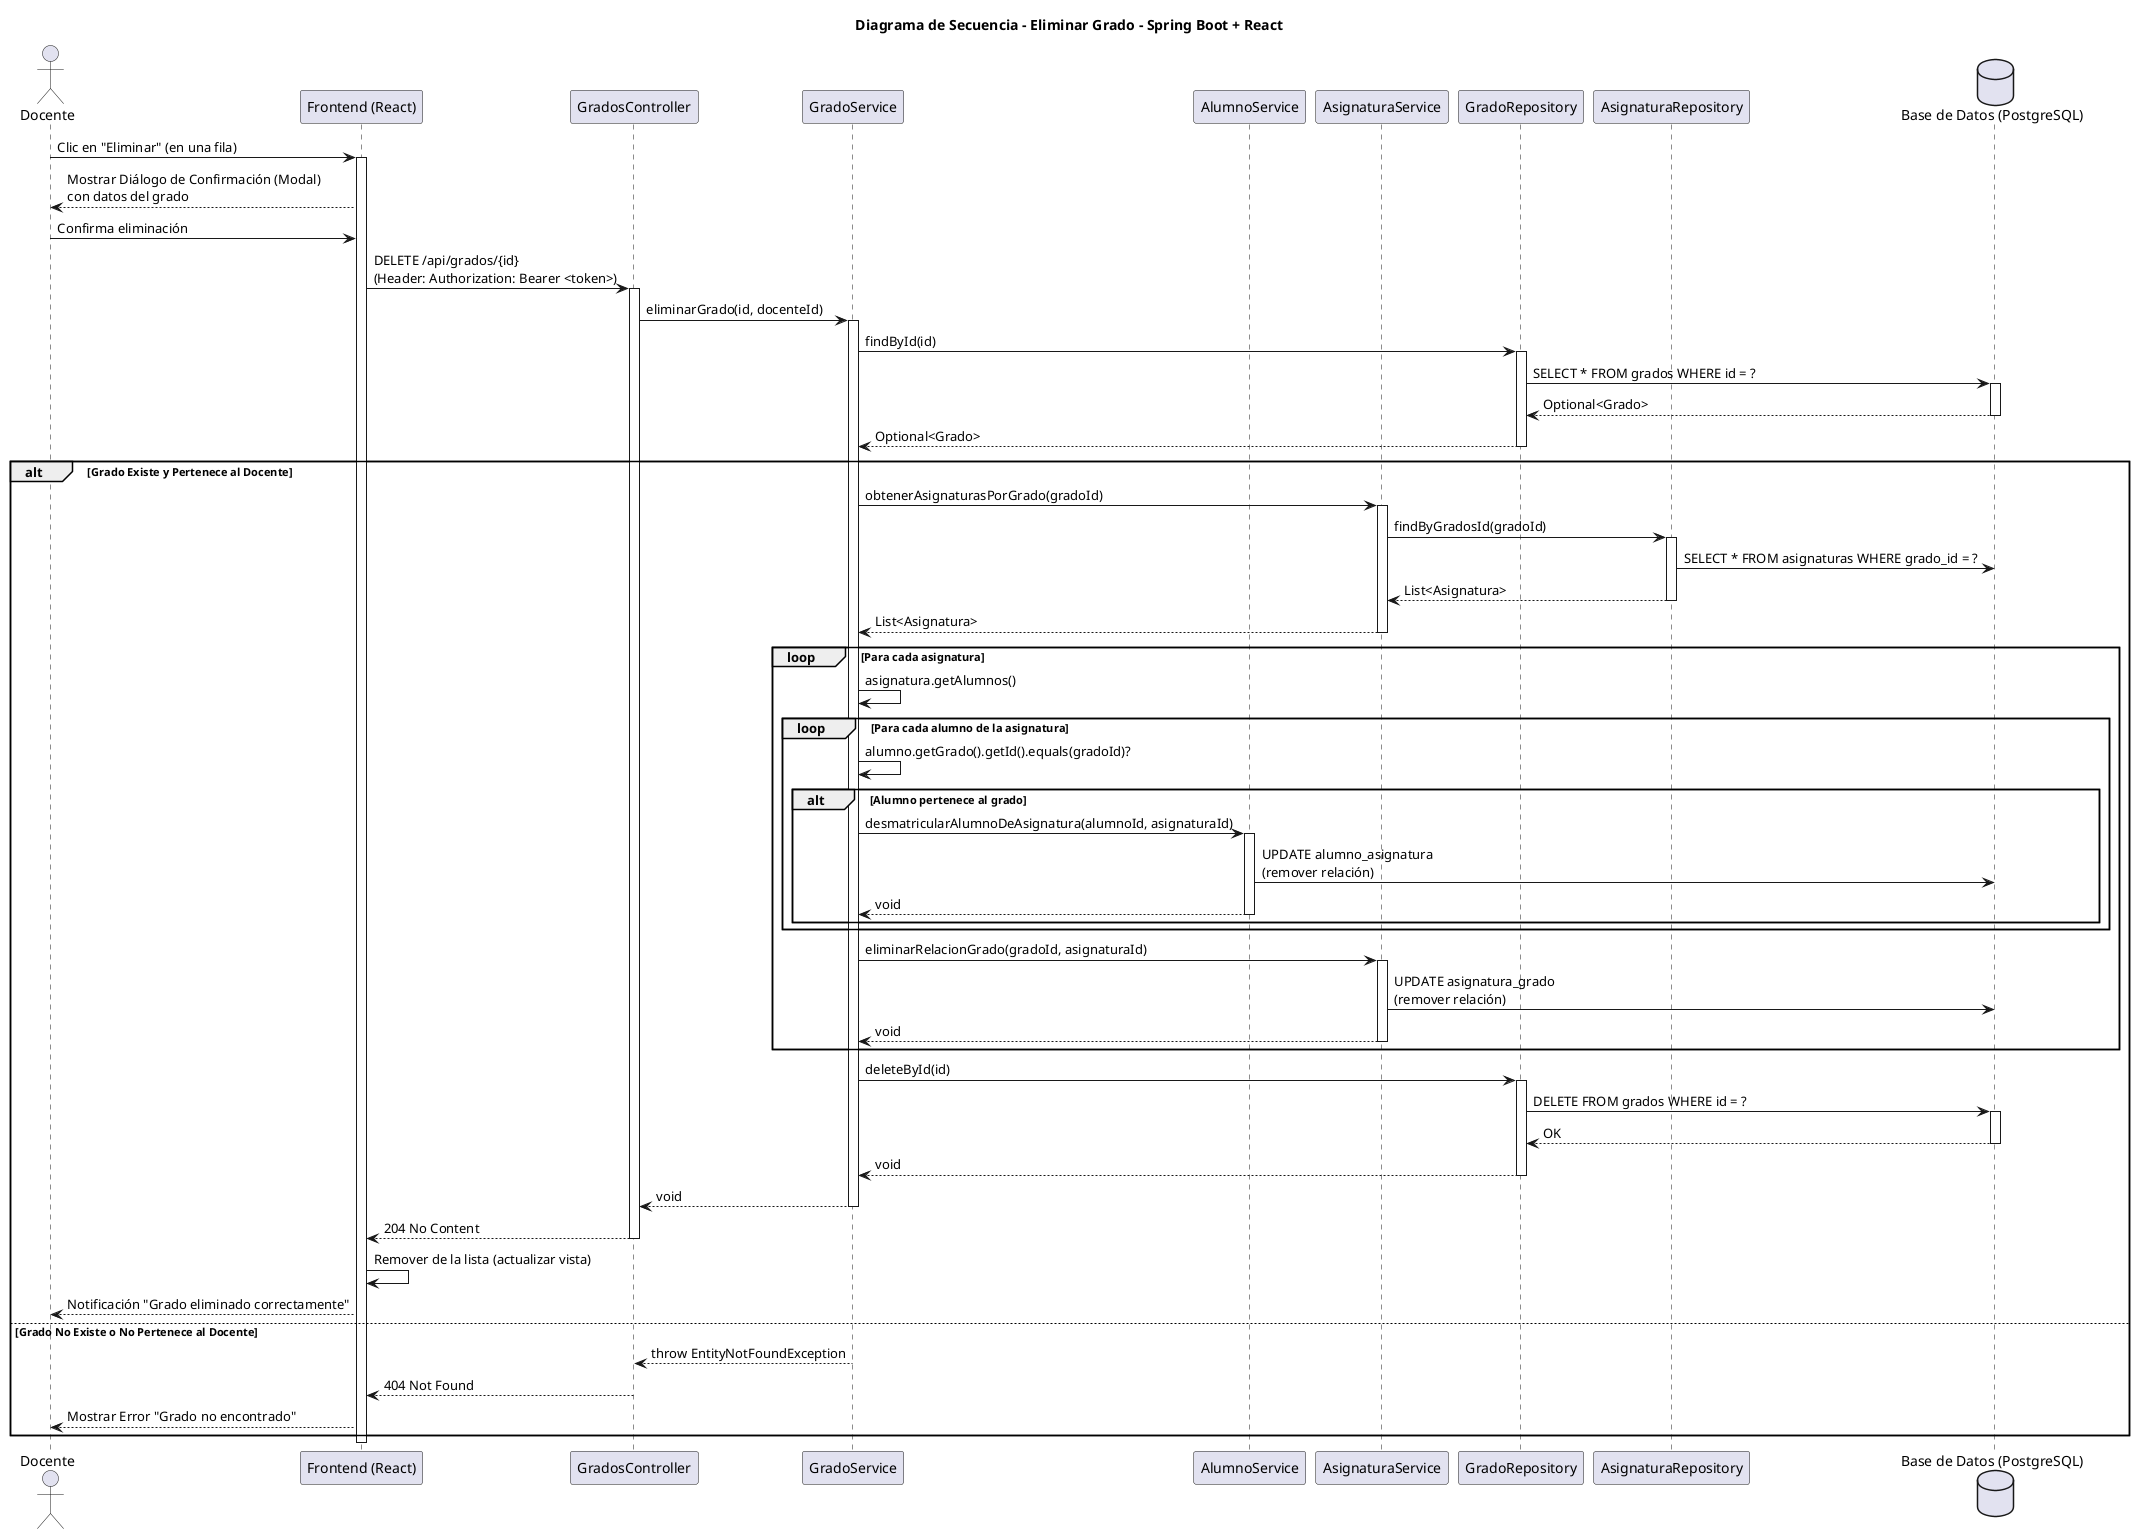
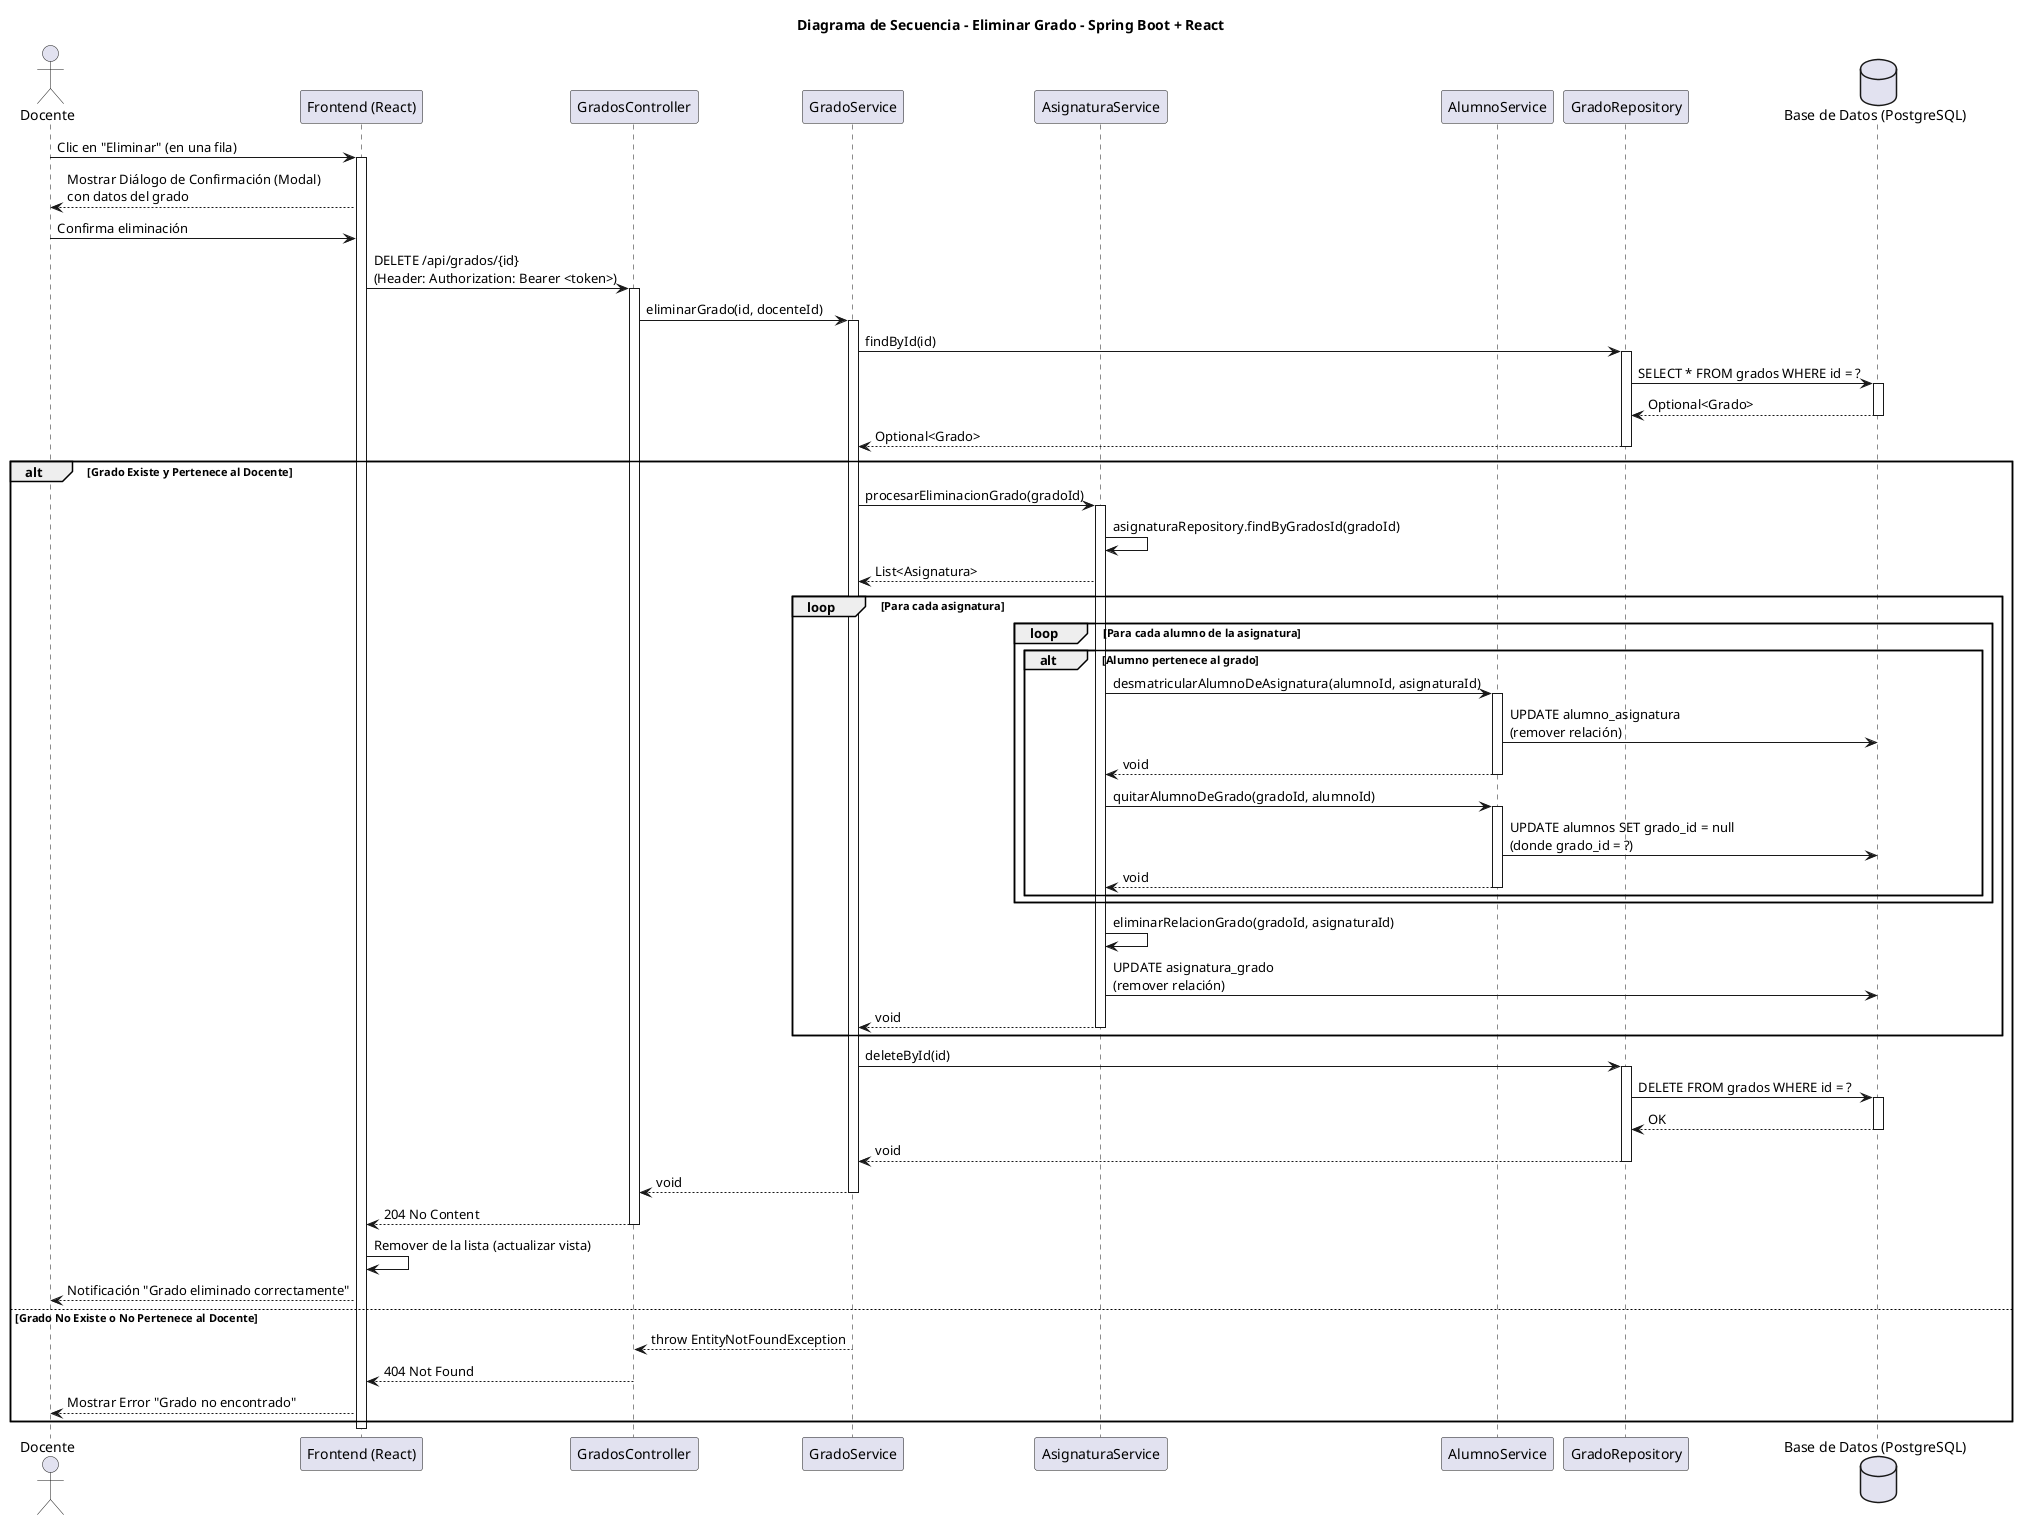
@startuml eliminarGrado-diseño
title Diagrama de Secuencia - Eliminar Grado - Spring Boot + React

actor "Docente" as Teacher
participant "Frontend (React)" as FE
participant "GradosController" as Controller
participant "GradoService" as Service
+ participant "AsignaturaService" as AsignaturaService
participant "AlumnoService" as AlumnoService
- participant "AsignaturaService" as AsignaturaService
participant "GradoRepository" as Repo
- participant "AsignaturaRepository" as AsignaturaRepo
database "Base de Datos (PostgreSQL)" as DB

Teacher -> FE: Clic en "Eliminar" (en una fila)
activate FE
FE --> Teacher: Mostrar Diálogo de Confirmación (Modal)\ncon datos del grado
Teacher -> FE: Confirma eliminación
FE -> Controller: DELETE /api/grados/{id}\n(Header: Authorization: Bearer <token>)
activate Controller
Controller -> Service: eliminarGrado(id, docenteId)
activate Service
Service -> Repo: findById(id)
activate Repo
Repo -> DB: SELECT * FROM grados WHERE id = ?
activate DB
DB --> Repo: Optional<Grado>
deactivate DB
Repo --> Service: Optional<Grado>
deactivate Repo
alt Grado Existe y Pertenece al Docente
-     Service -> AsignaturaService: obtenerAsignaturasPorGrado(gradoId)
+     Service -> AsignaturaService: procesarEliminacionGrado(gradoId)
    activate AsignaturaService
-     AsignaturaService -> AsignaturaRepo: findByGradosId(gradoId)
-     activate AsignaturaRepo
-     AsignaturaRepo -> DB: SELECT * FROM asignaturas WHERE grado_id = ?
-     AsignaturaRepo --> AsignaturaService: List<Asignatura>
-     deactivate AsignaturaRepo
+     AsignaturaService -> AsignaturaService: asignaturaRepository.findByGradosId(gradoId)
    AsignaturaService --> Service: List<Asignatura>
-     deactivate AsignaturaService
    loop Para cada asignatura
-         Service -> Service: asignatura.getAlumnos()
        loop Para cada alumno de la asignatura
-             Service -> Service: alumno.getGrado().getId().equals(gradoId)?
            alt Alumno pertenece al grado
-                 Service -> AlumnoService: desmatricularAlumnoDeAsignatura(alumnoId, asignaturaId)
+                 AsignaturaService -> AlumnoService: desmatricularAlumnoDeAsignatura(alumnoId, asignaturaId)
                activate AlumnoService
                AlumnoService -> DB: UPDATE alumno_asignatura\n(remover relación)
-                 AlumnoService --> Service: void
+                 AlumnoService --> AsignaturaService: void
+                 deactivate AlumnoService
+                 AsignaturaService -> AlumnoService: quitarAlumnoDeGrado(gradoId, alumnoId)
+                 activate AlumnoService
+                 AlumnoService -> DB: UPDATE alumnos SET grado_id = null\n(donde grado_id = ?)
+                 AlumnoService --> AsignaturaService: void
                deactivate AlumnoService
            end
        end
-         Service -> AsignaturaService: eliminarRelacionGrado(gradoId, asignaturaId)
-         activate AsignaturaService
+         AsignaturaService -> AsignaturaService: eliminarRelacionGrado(gradoId, asignaturaId)
        AsignaturaService -> DB: UPDATE asignatura_grado\n(remover relación)
        AsignaturaService --> Service: void
        deactivate AsignaturaService
    end
    Service -> Repo: deleteById(id)
    activate Repo
    Repo -> DB: DELETE FROM grados WHERE id = ?
    activate DB
    DB --> Repo: OK
    deactivate DB
    Repo --> Service: void
    deactivate Repo
    Service --> Controller: void
    deactivate Service
    Controller --> FE: 204 No Content
    deactivate Controller
    FE -> FE: Remover de la lista (actualizar vista)
    FE --> Teacher: Notificación "Grado eliminado correctamente"
else Grado No Existe o No Pertenece al Docente
    Service --> Controller: throw EntityNotFoundException
    deactivate Service
    Controller --> FE: 404 Not Found
    deactivate Controller
    FE --> Teacher: Mostrar Error "Grado no encontrado"
end
deactivate FE

@enduml